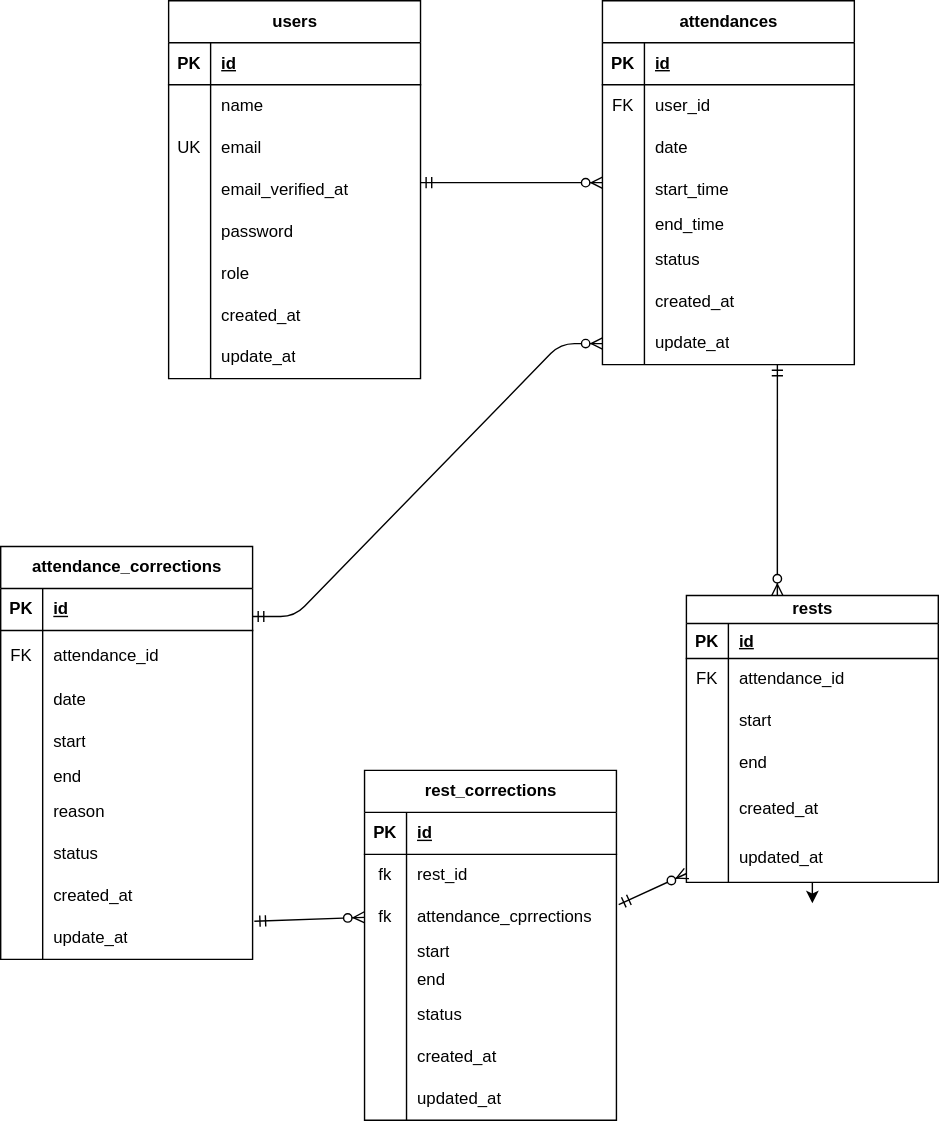
Earlier version of the draw.io export er.drawio.svg (hana20210115/time-keeper). Source tidied: cells renumbered, new cells last; positions are measured from the earlier drawing's top-left corner, leaving out a move shared by most shapes.
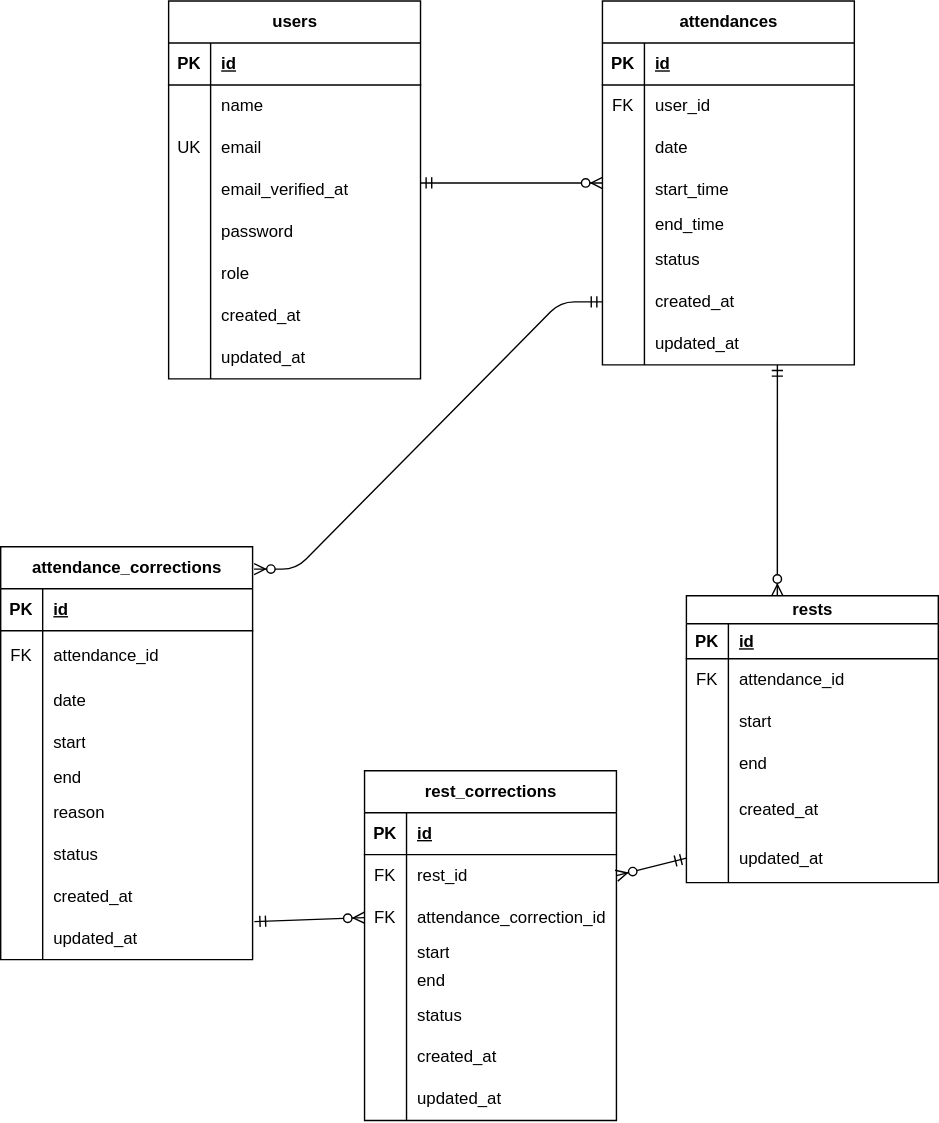
After the commit.

Diff of the diagram source:
```diff
@@ -74,7 +74,7 @@
     <mxCell id="25" style="shape=partialRectangle;fillColor=none;top=0;left=0;bottom=0;right=0;overflow=hidden;whiteSpace=wrap;html=1;" parent="24" vertex="1">
       <mxGeometry width="30" height="30" as="geometry" />
     </mxCell>
-    <mxCell id="26" value="update_at" style="shape=partialRectangle;fillColor=none;top=0;left=0;bottom=0;right=0;align=left;spacingLeft=6;overflow=hidden;whiteSpace=wrap;html=1;" parent="24" vertex="1">
+    <mxCell id="26" value="updated_at" style="shape=partialRectangle;fillColor=none;top=0;left=0;bottom=0;right=0;align=left;spacingLeft=6;overflow=hidden;whiteSpace=wrap;html=1;" parent="24" vertex="1">
       <mxGeometry x="30" width="150" height="30" as="geometry" />
     </mxCell>
     <mxCell id="27" value="attendances" style="shape=table;startSize=30;rowLines=0;fontStyle=1;align=center;html=1;" parent="1" vertex="1">
@@ -149,7 +149,7 @@
     <mxCell id="50" style="shape=partialRectangle;fillColor=none;top=0;left=0;bottom=0;right=0;overflow=hidden;whiteSpace=wrap;html=1;" parent="49" vertex="1">
       <mxGeometry width="30" height="30" as="geometry" />
     </mxCell>
-    <mxCell id="51" value="update_at" style="shape=partialRectangle;fillColor=none;top=0;left=0;bottom=0;right=0;align=left;spacingLeft=6;overflow=hidden;whiteSpace=wrap;html=1;" parent="49" vertex="1">
+    <mxCell id="51" value="updated_at" style="shape=partialRectangle;fillColor=none;top=0;left=0;bottom=0;right=0;align=left;spacingLeft=6;overflow=hidden;whiteSpace=wrap;html=1;" parent="49" vertex="1">
       <mxGeometry x="30" width="150" height="30" as="geometry" />
     </mxCell>
     <mxCell id="52" value="attendance_corrections" style="shape=table;startSize=30;rowLines=0;fontStyle=1;align=center;html=1;" parent="1" vertex="1">
@@ -233,7 +233,7 @@
     <mxCell id="78" style="shape=partialRectangle;fillColor=none;top=0;left=0;bottom=0;right=0;overflow=hidden;whiteSpace=wrap;html=1;" parent="77" vertex="1">
       <mxGeometry width="30" height="30" as="geometry" />
     </mxCell>
-    <mxCell id="79" value="update_at" style="shape=partialRectangle;fillColor=none;top=0;left=0;bottom=0;right=0;align=left;spacingLeft=6;overflow=hidden;whiteSpace=wrap;html=1;" parent="77" vertex="1">
+    <mxCell id="79" value="updated_at" style="shape=partialRectangle;fillColor=none;top=0;left=0;bottom=0;right=0;align=left;spacingLeft=6;overflow=hidden;whiteSpace=wrap;html=1;" parent="77" vertex="1">
       <mxGeometry x="30" width="150" height="30" as="geometry" />
     </mxCell>
     <mxCell id="80" value="rests" style="shape=table;startSize=20;rowLines=0;fontStyle=1;align=center;html=1;" parent="1" vertex="1">
@@ -277,7 +277,7 @@
     </mxCell>
     <mxCell id="93" style="edgeStyle=none;html=1;exitX=0.5;exitY=1;exitDx=0;exitDy=0;" parent="80" edge="1" source="80">
       <mxGeometry relative="1" as="geometry">
-        <mxPoint x="90" y="220" as="targetPoint" />
+        <mxPoint x="90" y="205" as="targetPoint" />
       </mxGeometry>
     </mxCell>
     <mxCell id="94" style="shape=tableRow;horizontal=0;startSize=0;swimlaneHead=0;swimlaneBody=0;fillColor=none;top=0;left=0;right=0;bottom=0;" parent="80" vertex="1">
@@ -334,7 +334,7 @@
     <mxCell id="107" style="shape=tableRow;horizontal=0;startSize=0;swimlaneHead=0;swimlaneBody=0;fillColor=none;points=[[0,0.5],[1,0.5]];portConstraint=eastwest;top=0;left=0;right=0;bottom=0;" parent="103" vertex="1">
       <mxGeometry y="60" width="180" height="30" as="geometry" />
     </mxCell>
-    <mxCell id="108" value="fk" style="shape=partialRectangle;fillColor=none;top=0;left=0;bottom=0;right=0;overflow=hidden;whiteSpace=wrap;html=1;" parent="107" vertex="1">
+    <mxCell id="108" value="FK" style="shape=partialRectangle;fillColor=none;top=0;left=0;bottom=0;right=0;overflow=hidden;whiteSpace=wrap;html=1;" parent="107" vertex="1">
       <mxGeometry width="30" height="30" as="geometry" />
     </mxCell>
     <mxCell id="109" value="rest_id" style="shape=partialRectangle;fillColor=none;top=0;left=0;bottom=0;right=0;align=left;spacingLeft=6;overflow=hidden;whiteSpace=wrap;html=1;" parent="107" vertex="1">
@@ -343,10 +343,10 @@
     <mxCell id="110" style="shape=tableRow;horizontal=0;startSize=0;swimlaneHead=0;swimlaneBody=0;fillColor=none;points=[[0,0.5],[1,0.5]];portConstraint=eastwest;top=0;left=0;right=0;bottom=0;" parent="103" vertex="1">
       <mxGeometry y="90" width="180" height="30" as="geometry" />
     </mxCell>
-    <mxCell id="111" value="fk" style="shape=partialRectangle;fillColor=none;top=0;left=0;bottom=0;right=0;overflow=hidden;whiteSpace=wrap;html=1;" parent="110" vertex="1">
+    <mxCell id="111" value="FK" style="shape=partialRectangle;fillColor=none;top=0;left=0;bottom=0;right=0;overflow=hidden;whiteSpace=wrap;html=1;" parent="110" vertex="1">
       <mxGeometry width="30" height="30" as="geometry" />
     </mxCell>
-    <mxCell id="112" value="attendance_cprrections" style="shape=partialRectangle;fillColor=none;top=0;left=0;bottom=0;right=0;align=left;spacingLeft=6;overflow=hidden;whiteSpace=wrap;html=1;" parent="110" vertex="1">
+    <mxCell id="112" value="attendance_correction_id" style="shape=partialRectangle;fillColor=none;top=0;left=0;bottom=0;right=0;align=left;spacingLeft=6;overflow=hidden;whiteSpace=wrap;html=1;" parent="110" vertex="1">
       <mxGeometry x="30" width="150" height="30" as="geometry" />
     </mxCell>
     <mxCell id="113" style="shape=tableRow;horizontal=0;startSize=0;swimlaneHead=0;swimlaneBody=0;fillColor=none;top=0;left=0;right=0;bottom=0;" parent="103" vertex="1">
@@ -397,13 +397,24 @@
     <mxCell id="128" style="fontSize=12;html=1;endArrow=ERzeroToMany;startArrow=ERmandOne;exitX=1.007;exitY=0.094;exitDx=0;exitDy=0;exitPerimeter=0;entryX=0;entryY=0.5;entryDx=0;entryDy=0;" parent="1" edge="1" source="77" target="110">
       <mxGeometry relative="1" as="geometry" />
     </mxCell>
-    <mxCell id="129" style="edgeStyle=entityRelationEdgeStyle;fontSize=12;html=1;endArrow=ERzeroToMany;startArrow=ERmandOne;entryX=0;entryY=0.5;entryDx=0;entryDy=0;" parent="1" edge="1" target="49">
+    <mxCell id="129" style="edgeStyle=entityRelationEdgeStyle;fontSize=12;html=1;endArrow=ERzeroToMany;startArrow=ERmandOne;entryX=1.006;entryY=0.054;entryDx=0;entryDy=0;entryPerimeter=0;exitX=0;exitY=0.5;exitDx=0;exitDy=0;" parent="1" edge="1" source="46" target="52">
       <mxGeometry relative="1" as="geometry">
-        <mxPoint x="180" y="440" as="sourcePoint" />
+        <Array as="points">
+          <mxPoint x="190" y="480" />
+          <mxPoint x="190" y="490" />
+        </Array>
       </mxGeometry>
     </mxCell>
-    <mxCell id="130" style="fontSize=12;html=1;endArrow=ERzeroToMany;startArrow=ERmandOne;entryX=0.001;entryY=0.819;entryDx=0;entryDy=0;exitX=1.009;exitY=0.196;exitDx=0;exitDy=0;exitPerimeter=0;entryPerimeter=0;" parent="1" edge="1" source="110" target="97">
+    <mxCell id="130" style="fontSize=12;html=1;endArrow=ERzeroToMany;startArrow=ERmandOne;entryX=1;entryY=0.5;entryDx=0;entryDy=0;exitX=0;exitY=0.5;exitDx=0;exitDy=0;" parent="1" edge="1" source="97" target="107">
       <mxGeometry relative="1" as="geometry" />
     </mxCell>
+    <mxCell id="131" style="edgeStyle=none;html=1;" parent="1" edge="1" source="110">
+      <mxGeometry relative="1" as="geometry">
+        <mxPoint x="440" y="640" as="targetPoint" />
+        <Array as="points">
+          <mxPoint x="440" y="640" />
+        </Array>
+      </mxGeometry>
+    </mxCell>
   </root>
 </mxGraphModel>
```
